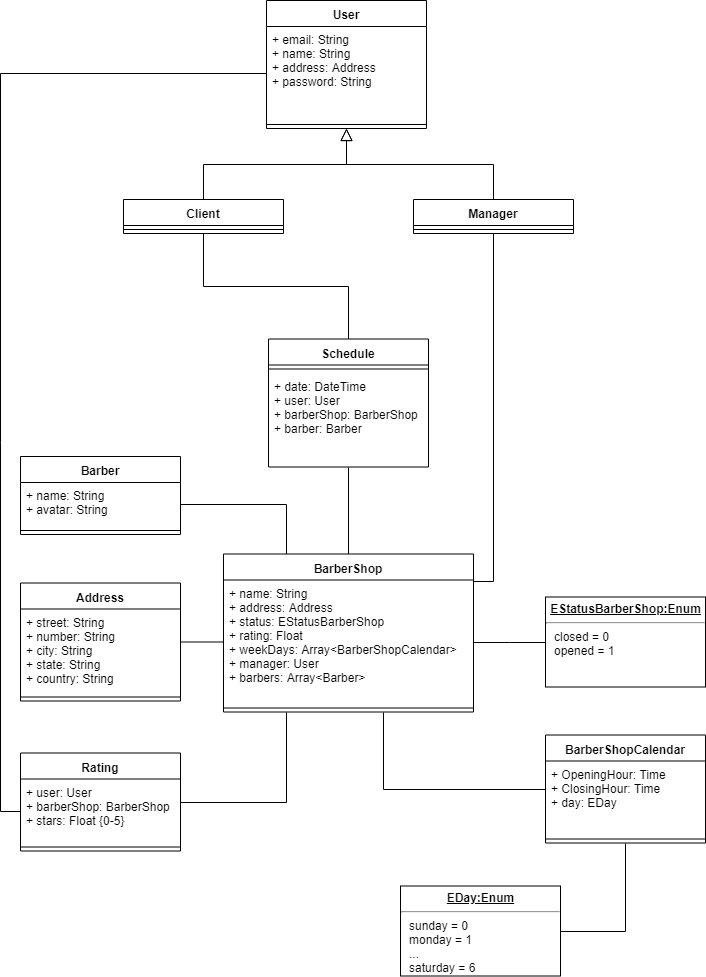
Above: arquivos/diagrama_de_classes.png in v1eira/trab-dev-web (draw.io), before the change. Source tidied: cells renumbered, new cells last; positions are measured from the earlier drawing's top-left corner, leaving out a move shared by most shapes.
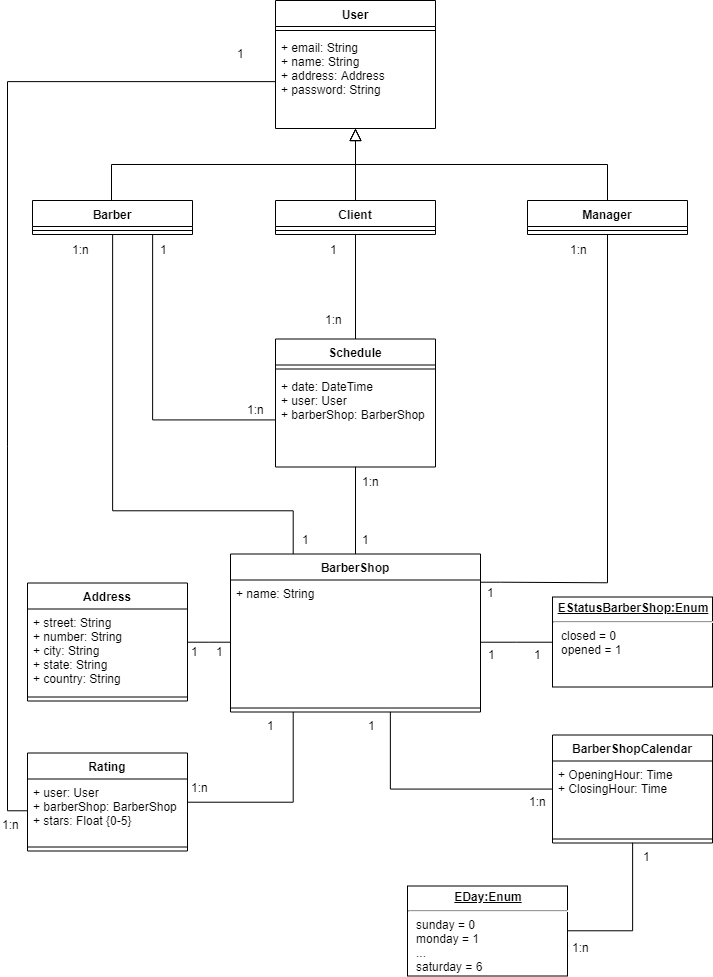
The same file after the commit.

What changed in the source:
```diff
@@ -16,12 +16,18 @@
     <mxCell id="4" style="edgeStyle=orthogonalEdgeStyle;rounded=0;jettySize=auto;html=1;exitX=1;exitY=0.016;exitDx=0;exitDy=0;entryX=0.5;entryY=1;entryDx=0;entryDy=0;endArrow=none;endFill=0;exitPerimeter=0;" parent="1" edge="1" source="8" target="30">
       <mxGeometry relative="1" as="geometry">
         <Array as="points">
-          <mxPoint x="473" y="581" />
+          <mxPoint x="473" y="582" />
+          <mxPoint x="588" y="582" />
         </Array>
       </mxGeometry>
     </mxCell>
-    <mxCell id="5" style="edgeStyle=orthogonalEdgeStyle;rounded=0;jettySize=auto;html=1;exitX=0.25;exitY=0;exitDx=0;exitDy=0;endArrow=none;endFill=0;endSize=6;" parent="1" edge="1" source="7" target="37">
-      <mxGeometry relative="1" as="geometry" />
+    <mxCell id="5" style="edgeStyle=orthogonalEdgeStyle;rounded=0;jettySize=auto;html=1;exitX=0.25;exitY=0;exitDx=0;exitDy=0;endArrow=none;endFill=0;endSize=6;entryX=0.5;entryY=1;entryDx=0;entryDy=0;" parent="1" edge="1" source="7" target="36">
+      <mxGeometry relative="1" as="geometry">
+        <Array as="points">
+          <mxPoint x="266" y="510" />
+          <mxPoint x="85" y="510" />
+        </Array>
+      </mxGeometry>
     </mxCell>
     <mxCell id="6" style="edgeStyle=orthogonalEdgeStyle;rounded=0;jettySize=auto;html=1;exitX=0.5;exitY=0;exitDx=0;exitDy=0;entryX=0.5;entryY=1;entryDx=0;entryDy=0;endArrow=none;endFill=0;endSize=6;" parent="1" edge="1" source="7" target="21">
       <mxGeometry relative="1" as="geometry" />
@@ -29,7 +35,7 @@
     <mxCell id="7" value="BarberShop" style="swimlane;fontStyle=1;align=center;verticalAlign=top;horizontal=1;startSize=26;" parent="1" vertex="1">
       <mxGeometry x="203" y="553.5" width="250" height="158" as="geometry" />
     </mxCell>
-    <mxCell id="8" value="+ name: String&#10;+ address: Address&#10;+ status: EStatusBarberShop&#10;+ rating: Float&#10;+ weekDays: Array&lt;BarberShopCalendar&gt;&#10;+ manager: User&#10;+ barbers: Array&lt;Barber&gt;" style="text;strokeColor=none;fillColor=none;align=left;verticalAlign=top;spacingLeft=4;spacingRight=4;overflow=hidden;points=[[0,0.5],[1,0.5]];portConstraint=eastwest;" parent="7" vertex="1">
+    <mxCell id="8" value="+ name: String" style="text;strokeColor=none;fillColor=none;align=left;verticalAlign=top;spacingLeft=4;spacingRight=4;overflow=hidden;points=[[0,0.5],[1,0.5]];portConstraint=eastwest;" parent="7" vertex="1">
       <mxGeometry y="26" width="250" height="124" as="geometry" />
     </mxCell>
     <mxCell id="9" style="line;strokeWidth=1;fillColor=none;align=left;verticalAlign=middle;spacingTop=-1;spacingLeft=3;spacingRight=3;labelPosition=right;" parent="7" vertex="1">
@@ -57,14 +63,14 @@
       <mxGeometry relative="1" as="geometry" />
     </mxCell>
     <mxCell id="17" value="User" style="swimlane;fontStyle=1;align=center;verticalAlign=top;horizontal=1;startSize=26;" parent="1" vertex="1">
-      <mxGeometry x="246" width="160" height="128" as="geometry" />
+      <mxGeometry x="248" width="160" height="128" as="geometry" />
     </mxCell>
+    <mxCell id="19" style="line;strokeWidth=1;fillColor=none;align=left;verticalAlign=middle;spacingTop=-1;spacingLeft=3;spacingRight=3;labelPosition=right;" parent="17" vertex="1">
+      <mxGeometry y="26" width="160" height="8" as="geometry" />
+    </mxCell>
     <mxCell id="18" value="+ email: String&#10;+ name: String&#10;+ address: Address&#10;+ password: String" style="text;strokeColor=none;fillColor=none;align=left;verticalAlign=top;spacingLeft=4;spacingRight=4;overflow=hidden;points=[[0,0.5],[1,0.5]];portConstraint=eastwest;" parent="17" vertex="1">
-      <mxGeometry y="26" width="160" height="94" as="geometry" />
+      <mxGeometry y="34" width="160" height="94" as="geometry" />
     </mxCell>
-    <mxCell id="19" style="line;strokeWidth=1;fillColor=none;align=left;verticalAlign=middle;spacingTop=-1;spacingLeft=3;spacingRight=3;labelPosition=right;" parent="17" vertex="1">
-      <mxGeometry y="120" width="160" height="8" as="geometry" />
-    </mxCell>
     <mxCell id="20" value="&lt;p style=&quot;margin: 0px ; margin-top: 4px ; text-align: center ; text-decoration: underline&quot;&gt;&lt;b&gt;EStatusBarberShop:Enum&lt;/b&gt;&lt;/p&gt;&lt;hr&gt;&lt;p style=&quot;margin: 0px ; margin-left: 8px&quot;&gt;closed = 0&lt;/p&gt;&lt;p style=&quot;margin: 0px ; margin-left: 8px&quot;&gt;opened = 1&lt;/p&gt;" style="verticalAlign=top;align=left;overflow=fill;fontSize=12;fontFamily=Helvetica;html=1;" parent="1" vertex="1">
       <mxGeometry x="525" y="596.5" width="160" height="90" as="geometry" />
     </mxCell>
@@ -74,7 +80,7 @@
     <mxCell id="22" style="line;strokeWidth=1;fillColor=none;align=left;verticalAlign=middle;spacingTop=-1;spacingLeft=3;spacingRight=3;labelPosition=right;" parent="21" vertex="1">
       <mxGeometry y="26" width="160" height="8" as="geometry" />
     </mxCell>
-    <mxCell id="23" value="+ date: DateTime&#10;+ user: User&#10;+ barberShop: BarberShop&#10;+ barber: Barber" style="text;strokeColor=none;fillColor=none;align=left;verticalAlign=top;spacingLeft=4;spacingRight=4;overflow=hidden;points=[[0,0.5],[1,0.5]];portConstraint=eastwest;" parent="21" vertex="1">
+    <mxCell id="23" value="+ date: DateTime&#10;+ user: User&#10;+ barberShop: BarberShop" style="text;strokeColor=none;fillColor=none;align=left;verticalAlign=top;spacingLeft=4;spacingRight=4;overflow=hidden;points=[[0,0.5],[1,0.5]];portConstraint=eastwest;" parent="21" vertex="1">
       <mxGeometry y="34" width="160" height="94" as="geometry" />
     </mxCell>
     <mxCell id="24" style="edgeStyle=orthogonalEdgeStyle;rounded=0;jettySize=auto;html=1;exitX=0.5;exitY=1;exitDx=0;exitDy=0;entryX=1;entryY=0.5;entryDx=0;entryDy=0;endArrow=none;endFill=0;" parent="1" edge="1" source="25" target="28">
@@ -83,7 +89,7 @@
     <mxCell id="25" value="BarberShopCalendar" style="swimlane;fontStyle=1;align=center;verticalAlign=top;horizontal=1;startSize=26;" parent="1" vertex="1">
       <mxGeometry x="525" y="734.5" width="160" height="108" as="geometry" />
     </mxCell>
-    <mxCell id="26" value="+ OpeningHour: Time&#10;+ ClosingHour: Time&#10;+ day: EDay" style="text;strokeColor=none;fillColor=none;align=left;verticalAlign=top;spacingLeft=4;spacingRight=4;overflow=hidden;" parent="25" vertex="1">
+    <mxCell id="26" value="+ OpeningHour: Time&#10;+ ClosingHour: Time" style="text;strokeColor=none;fillColor=none;align=left;verticalAlign=top;spacingLeft=4;spacingRight=4;overflow=hidden;" parent="25" vertex="1">
       <mxGeometry y="26" width="160" height="74" as="geometry" />
     </mxCell>
     <mxCell id="27" style="line;strokeWidth=1;fillColor=none;align=left;verticalAlign=middle;spacingTop=-1;spacingLeft=3;spacingRight=3;labelPosition=right;" parent="25" vertex="1">
@@ -96,7 +102,7 @@
       <mxGeometry relative="1" as="geometry" />
     </mxCell>
     <mxCell id="30" value="Manager" style="swimlane;fontStyle=1;align=center;verticalAlign=top;horizontal=1;startSize=26;" parent="1" vertex="1">
-      <mxGeometry x="393" y="199" width="160" height="34" as="geometry" />
+      <mxGeometry x="500" y="200" width="160" height="34" as="geometry" />
     </mxCell>
     <mxCell id="31" style="line;strokeWidth=1;fillColor=none;align=left;verticalAlign=middle;spacingTop=-1;spacingLeft=3;spacingRight=3;labelPosition=right;" parent="30" vertex="1">
       <mxGeometry y="26" width="160" height="8" as="geometry" />
@@ -108,19 +114,16 @@
       <mxGeometry relative="1" as="geometry" />
     </mxCell>
     <mxCell id="34" value="Client" style="swimlane;fontStyle=1;align=center;verticalAlign=top;horizontal=1;startSize=26;" parent="1" vertex="1">
-      <mxGeometry x="103" y="199" width="160" height="34" as="geometry" />
+      <mxGeometry x="248" y="200" width="160" height="34" as="geometry" />
     </mxCell>
     <mxCell id="35" style="line;strokeWidth=1;fillColor=none;align=left;verticalAlign=middle;spacingTop=-1;spacingLeft=3;spacingRight=3;labelPosition=right;" parent="34" vertex="1">
       <mxGeometry y="26" width="160" height="8" as="geometry" />
     </mxCell>
     <mxCell id="36" value="Barber" style="swimlane;fontStyle=1;align=center;verticalAlign=top;horizontal=1;startSize=26;" parent="1" vertex="1">
-      <mxGeometry y="456" width="160" height="78" as="geometry" />
+      <mxGeometry x="5" y="200" width="160" height="34" as="geometry" />
     </mxCell>
-    <mxCell id="37" value="+ name: String&#10;+ avatar: String" style="text;strokeColor=none;fillColor=none;align=left;verticalAlign=top;spacingLeft=4;spacingRight=4;overflow=hidden;points=[[0,0.5],[1,0.5]];portConstraint=eastwest;" parent="36" vertex="1">
-      <mxGeometry y="26" width="160" height="44" as="geometry" />
-    </mxCell>
     <mxCell id="38" style="line;strokeWidth=1;fillColor=none;align=left;verticalAlign=middle;spacingTop=-1;spacingLeft=3;spacingRight=3;labelPosition=right;" parent="36" vertex="1">
-      <mxGeometry y="70" width="160" height="8" as="geometry" />
+      <mxGeometry y="26" width="160" height="8" as="geometry" />
     </mxCell>
     <mxCell id="39" style="edgeStyle=orthogonalEdgeStyle;rounded=0;jettySize=auto;html=1;exitX=0;exitY=0.5;exitDx=0;exitDy=0;entryX=0;entryY=0.5;entryDx=0;entryDy=0;endArrow=none;endFill=0;endSize=6;" parent="1" edge="1" source="18" target="14">
       <mxGeometry relative="1" as="geometry" />
@@ -128,5 +131,83 @@
     <mxCell id="40" style="edgeStyle=orthogonalEdgeStyle;rounded=0;jettySize=auto;html=1;entryX=0;entryY=0.5;entryDx=0;entryDy=0;endSize=6;endArrow=none;endFill=0;" parent="1" edge="1" source="8" target="20">
       <mxGeometry relative="1" as="geometry" />
     </mxCell>
+    <mxCell id="41" value="1:n" style="text;html=1;align=left;verticalAlign=top;spacingTop=-4;" parent="1" vertex="1">
+      <mxGeometry x="541" y="240" width="30" height="20" as="geometry" />
+    </mxCell>
+    <mxCell id="42" value="1" style="text;html=1;align=left;verticalAlign=top;spacingTop=-4;" parent="1" vertex="1">
+      <mxGeometry x="458" y="582.5" width="20" height="20" as="geometry" />
+    </mxCell>
+    <mxCell id="43" value="1:n" style="text;html=1;align=left;verticalAlign=top;spacingTop=-4;" parent="1" vertex="1">
+      <mxGeometry x="333" y="472" width="30" height="20" as="geometry" />
+    </mxCell>
+    <mxCell id="44" value="1" style="text;html=1;align=left;verticalAlign=top;spacingTop=-4;" parent="1" vertex="1">
+      <mxGeometry x="333" y="530" width="20" height="20" as="geometry" />
+    </mxCell>
+    <mxCell id="45" value="1:n" style="text;html=1;align=left;verticalAlign=top;spacingTop=-4;" parent="1" vertex="1">
+      <mxGeometry x="296" y="310" width="30" height="20" as="geometry" />
+    </mxCell>
+    <mxCell id="46" value="1" style="text;html=1;align=left;verticalAlign=top;spacingTop=-4;" parent="1" vertex="1">
+      <mxGeometry x="301" y="240" width="20" height="20" as="geometry" />
+    </mxCell>
+    <mxCell id="47" value="1:n" style="text;html=1;align=left;verticalAlign=top;spacingTop=-4;" parent="1" vertex="1">
+      <mxGeometry x="43" y="240" width="30" height="20" as="geometry" />
+    </mxCell>
+    <mxCell id="48" value="1" style="text;html=1;align=left;verticalAlign=top;spacingTop=-4;" parent="1" vertex="1">
+      <mxGeometry x="273" y="530" width="20" height="20" as="geometry" />
+    </mxCell>
+    <mxCell id="49" value="1" style="text;html=1;align=left;verticalAlign=top;spacingTop=-4;" parent="1" vertex="1">
+      <mxGeometry x="162" y="641.5" width="20" height="20" as="geometry" />
+    </mxCell>
+    <mxCell id="50" value="1" style="text;html=1;align=left;verticalAlign=top;spacingTop=-4;direction=south;" parent="1" vertex="1">
+      <mxGeometry x="187" y="641.5" width="20" height="20" as="geometry" />
+    </mxCell>
+    <mxCell id="51" value="1" style="text;html=1;align=left;verticalAlign=top;spacingTop=-4;" parent="1" vertex="1">
+      <mxGeometry x="459" y="644.5" width="20" height="20" as="geometry" />
+    </mxCell>
+    <mxCell id="52" value="1" style="text;html=1;align=left;verticalAlign=top;spacingTop=-4;direction=south;" parent="1" vertex="1">
+      <mxGeometry x="504.5" y="644.5" width="20" height="20" as="geometry" />
+    </mxCell>
+    <mxCell id="53" value="1" style="text;html=1;align=left;verticalAlign=top;spacingTop=-4;" parent="1" vertex="1">
+      <mxGeometry x="339" y="715.5" width="20" height="20" as="geometry" />
+    </mxCell>
+    <mxCell id="54" value="1:n" style="text;html=1;align=left;verticalAlign=top;spacingTop=-4;" parent="1" vertex="1">
+      <mxGeometry x="500" y="791.5" width="30" height="20" as="geometry" />
+    </mxCell>
+    <mxCell id="55" value="1:n" style="text;html=1;align=left;verticalAlign=top;spacingTop=-4;" parent="1" vertex="1">
+      <mxGeometry x="543" y="937.5" width="30" height="20" as="geometry" />
+    </mxCell>
+    <mxCell id="56" value="1" style="text;html=1;align=left;verticalAlign=top;spacingTop=-4;" parent="1" vertex="1">
+      <mxGeometry x="614" y="846.5" width="20" height="20" as="geometry" />
+    </mxCell>
+    <mxCell id="57" value="1" style="text;html=1;align=left;verticalAlign=top;spacingTop=-4;" parent="1" vertex="1">
+      <mxGeometry x="238" y="715.5" width="20" height="20" as="geometry" />
+    </mxCell>
+    <mxCell id="58" value="1:n" style="text;html=1;align=left;verticalAlign=top;spacingTop=-4;" parent="1" vertex="1">
+      <mxGeometry x="162" y="777.5" width="30" height="20" as="geometry" />
+    </mxCell>
+    <mxCell id="59" value="1:n" style="text;html=1;align=left;verticalAlign=top;spacingTop=-4;" parent="1" vertex="1">
+      <mxGeometry x="-27" y="814.5" width="30" height="20" as="geometry" />
+    </mxCell>
+    <mxCell id="60" value="1&lt;br&gt;" style="text;html=1;align=left;verticalAlign=top;spacingTop=-4;" parent="1" vertex="1">
+      <mxGeometry x="208" y="44" width="20" height="20" as="geometry" />
+    </mxCell>
+    <mxCell id="61" style="edgeStyle=orthogonalEdgeStyle;rounded=0;jettySize=auto;html=1;endArrow=block;endFill=0;endSize=10;" parent="1" edge="1" target="18">
+      <mxGeometry relative="1" as="geometry">
+        <mxPoint x="84" y="200" as="sourcePoint" />
+        <Array as="points">
+          <mxPoint x="84" y="164" />
+          <mxPoint x="328" y="164" />
+        </Array>
+      </mxGeometry>
+    </mxCell>
+    <mxCell id="62" style="edgeStyle=orthogonalEdgeStyle;rounded=0;jettySize=auto;html=1;entryX=0.75;entryY=1;entryDx=0;entryDy=0;endArrow=none;endFill=0;" parent="1" edge="1" source="23" target="36">
+      <mxGeometry relative="1" as="geometry" />
+    </mxCell>
+    <mxCell id="63" value="1:n" style="text;html=1;align=left;verticalAlign=top;spacingTop=-4;" parent="1" vertex="1">
+      <mxGeometry x="218" y="399.5" width="30" height="20" as="geometry" />
+    </mxCell>
+    <mxCell id="64" value="1" style="text;html=1;align=left;verticalAlign=top;spacingTop=-4;" parent="1" vertex="1">
+      <mxGeometry x="131" y="240" width="20" height="20" as="geometry" />
+    </mxCell>
   </root>
 </mxGraphModel>
```
